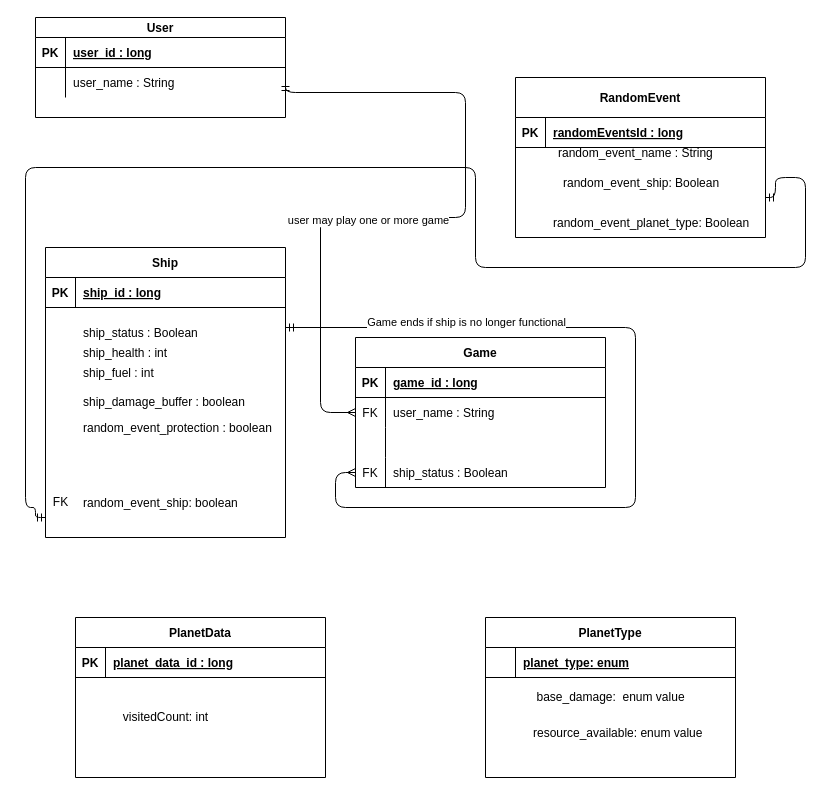
Above: docs/work/erd.drawio in tnordquist/intergalactic-unknown (draw.io), before the change. Source tidied: cells renumbered, new cells numbered last; positions are measured from the earlier drawing's top-left corner, leaving out a move shared by most shapes. Both pictures are drawn from the tidied source at 100%, with x=0, y=0 at pixel (25, 17).
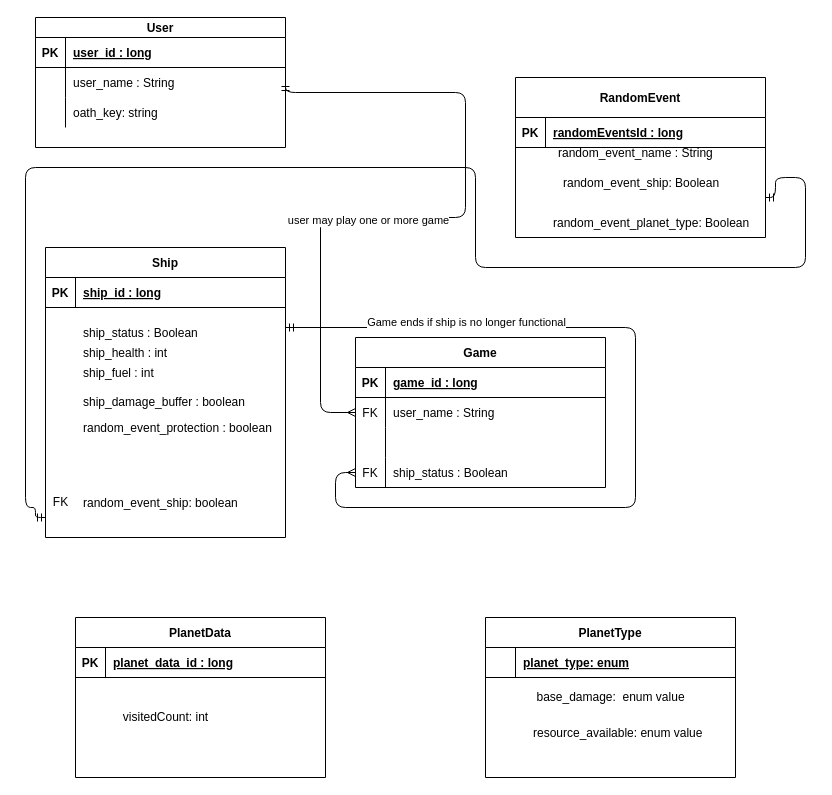
The same diagram, later.

Change to the diagram source:
```diff
@@
     <mxCell id="21" value="User" style="shape=table;startSize=20;childLayout=tableLayout;rowLines=0;fontStyle=1;align=center;" parent="1" vertex="1">
-      <mxGeometry x="10" width="250" height="100" as="geometry" />
+      <mxGeometry x="10" width="250" height="130" as="geometry" />
     </mxCell>
@@
+    <mxCell id="57" style="shape=partialRectangle;fillColor=none;top=0;left=0;right=0;bottom=0;" parent="21" vertex="1">
+      <mxGeometry y="80" width="250" height="30" as="geometry" />
+    </mxCell>
+    <mxCell id="58" style="shape=partialRectangle;overflow=hidden;fillColor=none;top=0;left=0;bottom=0;right=0;" parent="57" vertex="1">
+      <mxGeometry width="30" height="30" as="geometry" />
+    </mxCell>
+    <mxCell id="59" value="oath_key: string" style="shape=partialRectangle;overflow=hidden;fillColor=none;top=0;left=0;bottom=0;right=0;align=left;spacingLeft=6;" parent="57" vertex="1">
+      <mxGeometry x="30" width="220" height="30" as="geometry" />
+    </mxCell>
```
